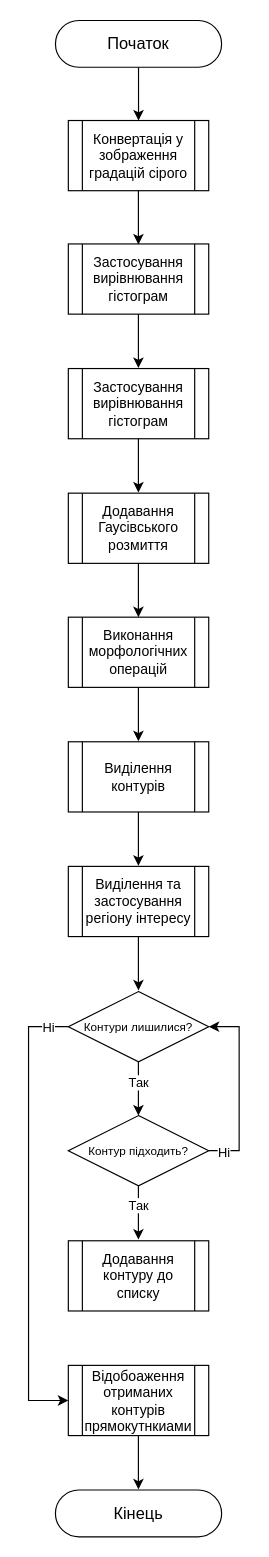
Before: 4/docs/uml.drawio in NgeNXQ/Computer-Vision, a draw.io diagram. Source tidied: cells renumbered, new cells numbered last; positions are measured from the earlier drawing's top-left corner, leaving out a move shared by most shapes. Both pictures are drawn from the tidied source at 117%, with x=0, y=0 at pixel (28, 20).
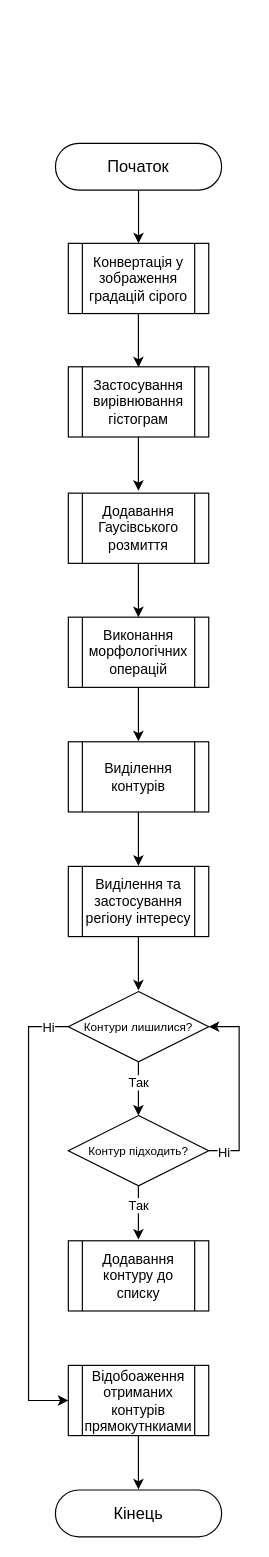
The same page after the edit.

The edit, as a diff of the source:
```diff
@@
     <mxCell id="3" value="&lt;font style=&quot;font-size: 14px;&quot;&gt;Початок&lt;/font&gt;" style="rounded=1;whiteSpace=wrap;html=1;arcSize=50;" parent="1" vertex="1">
-      <mxGeometry x="22.9" width="142" height="40" as="geometry" />
+      <mxGeometry x="22.9" y="105" width="142" height="40" as="geometry" />
     </mxCell>
     <mxCell id="4" value="Конвертація у зображення градацій сірого" style="shape=process;whiteSpace=wrap;html=1;backgroundOutline=1;" parent="1" vertex="1">
-      <mxGeometry x="33.9" y="85.5" width="120" height="60" as="geometry" />
+      <mxGeometry x="33.9" y="190.5" width="120" height="60" as="geometry" />
     </mxCell>
     <mxCell id="5" value="Застосування вирівнювання гістограм" style="shape=process;whiteSpace=wrap;html=1;backgroundOutline=1;" parent="1" vertex="1">
-      <mxGeometry x="33.9" y="191" width="120" height="60" as="geometry" />
+      <mxGeometry x="33.9" y="296" width="120" height="60" as="geometry" />
     </mxCell>
-    <mxCell id="6" value="Застосування вирівнювання гістограм" style="shape=process;whiteSpace=wrap;html=1;backgroundOutline=1;" parent="1" vertex="1">
-      <mxGeometry x="33.9" y="297.5" width="120" height="60" as="geometry" />
-    </mxCell>
     <mxCell id="7" style="edgeStyle=orthogonalEdgeStyle;rounded=0;orthogonalLoop=1;jettySize=auto;html=1;entryX=0.5;entryY=0;entryDx=0;entryDy=0;" parent="1" edge="1">
       <mxGeometry relative="1" as="geometry">
-        <mxPoint x="93.8" y="145.5" as="sourcePoint" />
-        <mxPoint x="93.8" y="191.5" as="targetPoint" />
+        <mxPoint x="93.8" y="250.5" as="sourcePoint" />
+        <mxPoint x="93.8" y="296.5" as="targetPoint" />
       </mxGeometry>
     </mxCell>
     <mxCell id="8" style="edgeStyle=orthogonalEdgeStyle;rounded=0;orthogonalLoop=1;jettySize=auto;html=1;entryX=0.5;entryY=0;entryDx=0;entryDy=0;" parent="1" edge="1">
       <mxGeometry relative="1" as="geometry">
-        <mxPoint x="93.8" y="251" as="sourcePoint" />
-        <mxPoint x="93.8" y="297" as="targetPoint" />
+        <mxPoint x="93.8" y="356" as="sourcePoint" />
+        <mxPoint x="93.8" y="402" as="targetPoint" />
       </mxGeometry>
     </mxCell>
@@
-    <mxCell id="10" style="edgeStyle=orthogonalEdgeStyle;rounded=0;orthogonalLoop=1;jettySize=auto;html=1;entryX=0.5;entryY=0;entryDx=0;entryDy=0;" parent="1" edge="1">
-      <mxGeometry relative="1" as="geometry">
-        <mxPoint x="93.8" y="357.5" as="sourcePoint" />
-        <mxPoint x="93.8" y="403.5" as="targetPoint" />
-      </mxGeometry>
-    </mxCell>
```
